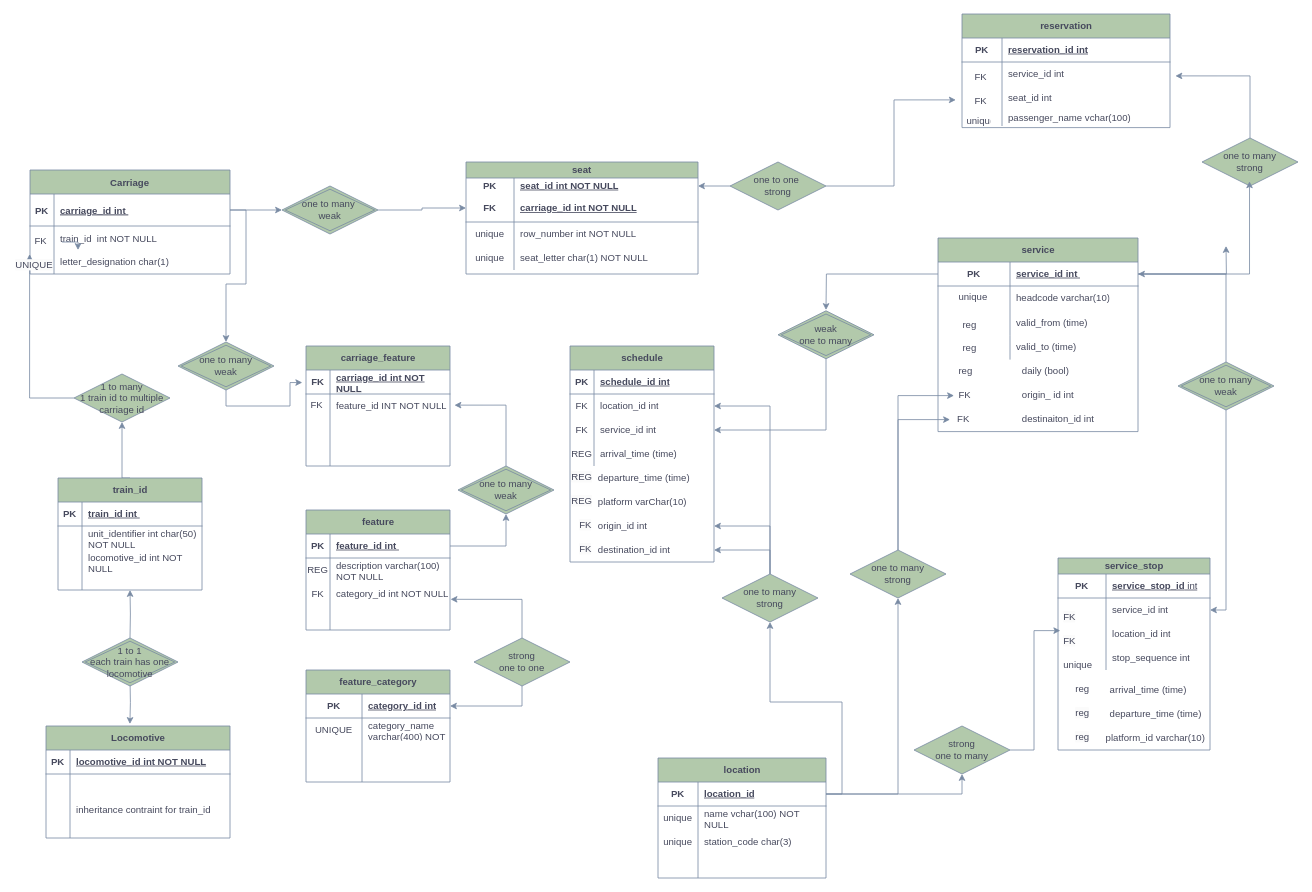
This is Untitled Diagram.drawio from emmiedrummondtextiles/CS5014_P1, a draw.io file, before an edit. Source tidied: cells renumbered, new cells numbered last; positions are measured from the earlier drawing's top-left corner, leaving out a move shared by most shapes. Both pictures are drawn from the tidied source at 80%, with x=0, y=0 at pixel (14, 14).
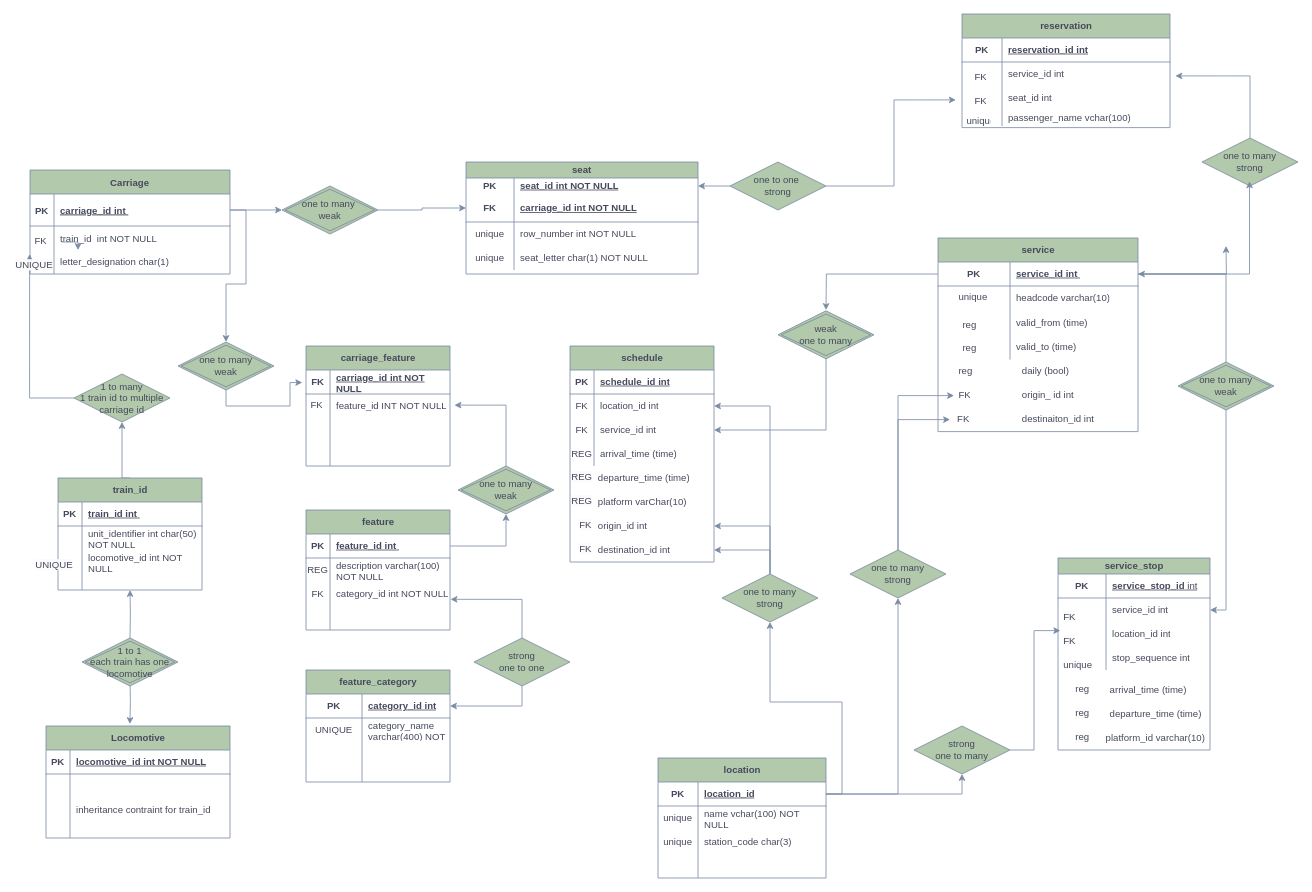
After the change.

Diff of the diagram source:
```diff
@@
+    <mxCell id="234" value="&lt;span style=&quot;color: rgb(70, 73, 93); font-family: Helvetica; font-size: 12px; font-style: normal; font-variant-ligatures: normal; font-variant-caps: normal; font-weight: 400; letter-spacing: normal; orphans: 2; text-align: center; text-indent: 0px; text-transform: none; widows: 2; word-spacing: 0px; -webkit-text-stroke-width: 0px; white-space: normal; background-color: rgb(251, 251, 251); text-decoration-thickness: initial; text-decoration-style: initial; text-decoration-color: initial; display: inline !important; float: none;&quot;&gt;UNIQUE&lt;/span&gt;" style="text;whiteSpace=wrap;html=1;fontColor=#46495D;" parent="1" vertex="1">
+      <mxGeometry x="25" y="675" width="80" height="40" as="geometry" />
+    </mxCell>
```
